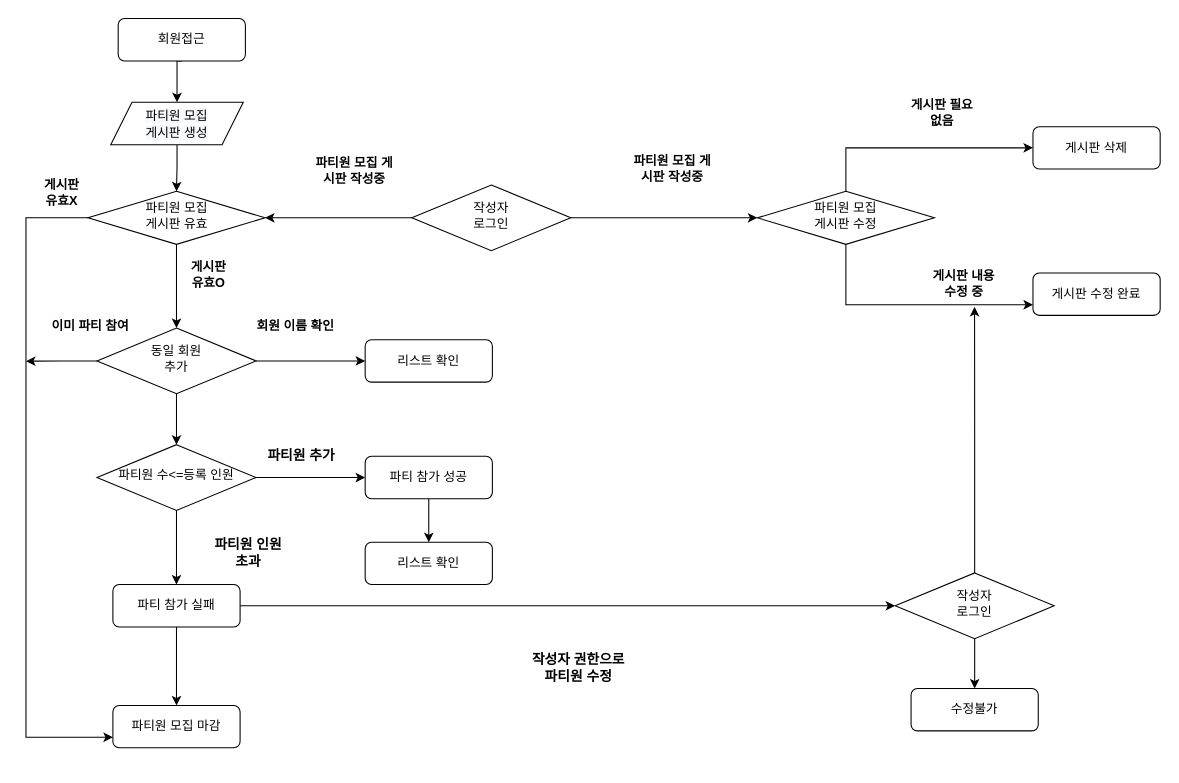
Before: Untitled Diagram.drawio in userminsu/git, a draw.io diagram. Source tidied: cells renumbered, new cells numbered last; positions are measured from the earlier drawing's top-left corner, leaving out a move shared by most shapes. Both pictures are drawn from the tidied source at 106%, with x=0, y=0 at pixel (25, 18).
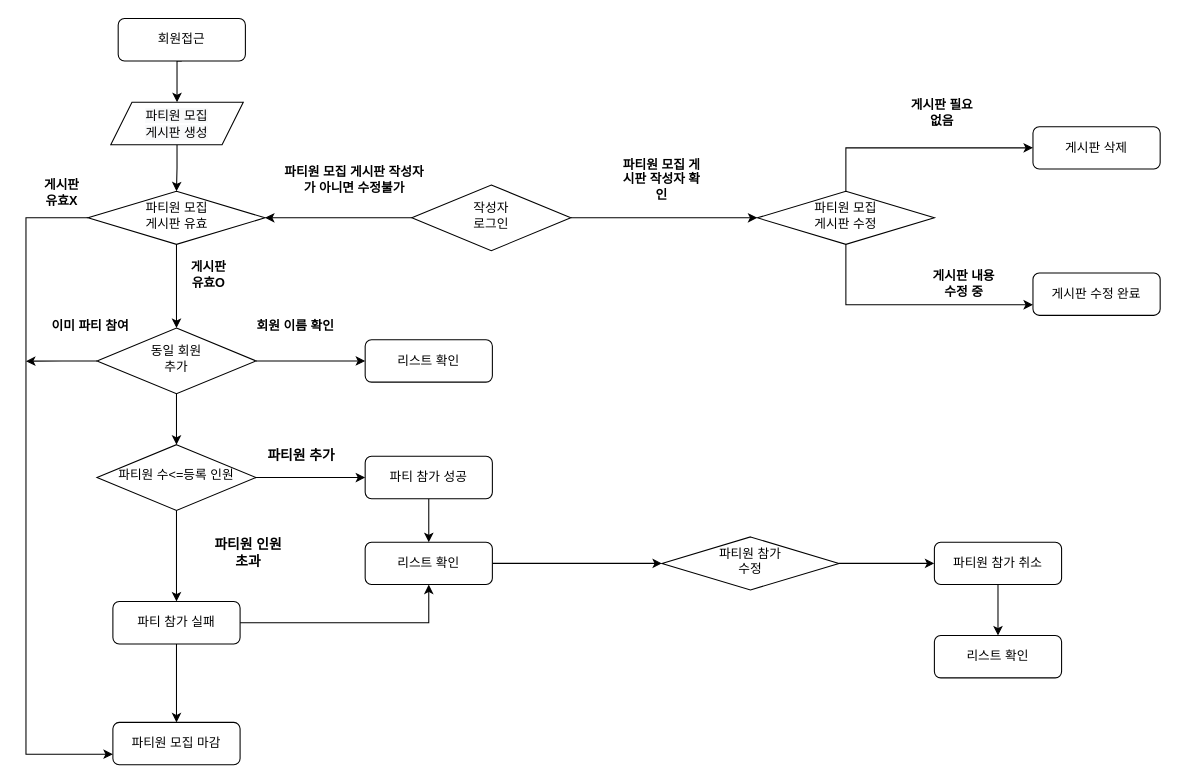
After the change.

Unchanged cells that the change refers to:
```xml
<mxCell id="17" value="파티원 모집&lt;br&gt;게시판 유효" style="rhombus;whiteSpace=wrap;html=1;shadow=0;fontFamily=Helvetica;fontSize=12;align=center;strokeWidth=1;spacing=6;spacingTop=-4;" parent="1" vertex="1">
  <mxGeometry x="58.5" y="163" width="167" height="50" as="geometry" />
</mxCell>
<mxCell id="35" value="리스트 확인" style="rounded=1;whiteSpace=wrap;html=1;fontSize=12;glass=0;strokeWidth=1;shadow=0;" parent="1" vertex="1">
  <mxGeometry x="320" y="494" width="120" height="40" as="geometry" />
</mxCell>
```

Diff of the diagram source:
```diff
@@
-    <mxCell id="12" style="edgeStyle=orthogonalEdgeStyle;rounded=0;jettySize=auto;html=1;exitX=1;exitY=0.5;exitDx=0;exitDy=0;entryX=0;entryY=0.5;entryDx=0;entryDy=0;fontSize=13;" parent="1" edge="1" source="13" target="40">
-      <mxGeometry relative="1" as="geometry" />
-    </mxCell>
+    <mxCell id="47" style="edgeStyle=orthogonalEdgeStyle;rounded=0;jettySize=auto;html=1;exitX=1;exitY=0.5;exitDx=0;exitDy=0;entryX=0.5;entryY=1;entryDx=0;entryDy=0;" parent="1" edge="1" source="13" target="35">
+      <mxGeometry relative="1" as="geometry" />
+    </mxCell>
     <mxCell id="13" value="파티 참가 실패" style="rounded=1;whiteSpace=wrap;html=1;fontSize=12;glass=0;strokeWidth=1;shadow=0;" parent="1" vertex="1">
-      <mxGeometry x="82" y="534" width="120" height="40" as="geometry" />
+      <mxGeometry x="82" y="550" width="120" height="40" as="geometry" />
     </mxCell>
     <mxCell id="14" value="파티원 모집 마감" style="rounded=1;whiteSpace=wrap;html=1;fontSize=12;glass=0;strokeWidth=1;shadow=0;" parent="1" vertex="1">
-      <mxGeometry x="82" y="648" width="120" height="40" as="geometry" />
+      <mxGeometry x="82" y="664" width="120" height="40" as="geometry" />
     </mxCell>
     <mxCell id="15" style="edgeStyle=orthogonalEdgeStyle;rounded=0;jettySize=auto;html=1;exitX=0;exitY=0.5;exitDx=0;exitDy=0;entryX=0;entryY=0.75;entryDx=0;entryDy=0;fontSize=14;" parent="1" edge="1" source="17" target="14">
       <mxGeometry relative="1" as="geometry">
         <Array as="points">
           <mxPoint y="188" />
-          <mxPoint y="678" />
+          <mxPoint y="694" />
         </Array>
       </mxGeometry>
     </mxCell>
@@
-    <mxCell id="27" value="파티원 모집 게시판 작성중" style="text;html=1;strokeColor=none;fillColor=none;align=center;verticalAlign=middle;whiteSpace=wrap;rounded=0;fontSize=12;fontStyle=1;" parent="1" vertex="1">
-      <mxGeometry x="270" y="134" width="80" height="20" as="geometry" />
+    <mxCell id="27" value="파티원 모집 게시판 작성자가 아니면 수정불가" style="text;html=1;strokeColor=none;fillColor=none;align=center;verticalAlign=middle;whiteSpace=wrap;rounded=0;fontSize=12;fontStyle=1;" parent="1" vertex="1">
+      <mxGeometry x="240" y="142" width="140" height="20" as="geometry" />
     </mxCell>
@@
+    <mxCell id="48" style="edgeStyle=orthogonalEdgeStyle;rounded=0;jettySize=auto;html=1;exitX=1;exitY=0.5;exitDx=0;exitDy=0;entryX=0;entryY=0.5;entryDx=0;entryDy=0;" parent="1" edge="1" source="35" target="50">
+      <mxGeometry relative="1" as="geometry" />
+    </mxCell>
@@
-    <mxCell id="38" style="edgeStyle=orthogonalEdgeStyle;rounded=0;jettySize=auto;html=1;exitX=0.5;exitY=1;exitDx=0;exitDy=0;fontSize=13;" parent="1" edge="1" source="40" target="41">
-      <mxGeometry relative="1" as="geometry" />
-    </mxCell>
-    <mxCell id="39" style="edgeStyle=orthogonalEdgeStyle;rounded=0;jettySize=auto;html=1;exitX=0.5;exitY=0;exitDx=0;exitDy=0;fontSize=13;" parent="1" edge="1" source="40">
-      <mxGeometry relative="1" as="geometry">
-        <mxPoint x="894.9" y="272" as="targetPoint" />
-      </mxGeometry>
-    </mxCell>
-    <mxCell id="40" value="작성자&lt;br&gt;로그인" style="rhombus;whiteSpace=wrap;html=1;shadow=0;fontFamily=Helvetica;fontSize=12;align=center;strokeWidth=1;spacing=6;spacingTop=-4;" parent="1" vertex="1">
-      <mxGeometry x="820" y="523" width="150" height="62" as="geometry" />
-    </mxCell>
-    <mxCell id="41" value="수정불가" style="rounded=1;whiteSpace=wrap;html=1;fontSize=12;glass=0;strokeWidth=1;shadow=0;" parent="1" vertex="1">
-      <mxGeometry x="835" y="632" width="120" height="40" as="geometry" />
-    </mxCell>
-    <mxCell id="42" value="작성자 권한으로 파티원 수정" style="text;html=1;strokeColor=none;fillColor=none;align=center;verticalAlign=middle;whiteSpace=wrap;rounded=0;fontSize=13;fontStyle=1;" parent="1" vertex="1">
-      <mxGeometry x="471.5" y="602" width="98.5" height="20" as="geometry" />
-    </mxCell>
@@
-    <mxCell id="46" value="파티원 모집 게시판 작성중" style="text;html=1;strokeColor=none;fillColor=none;align=center;verticalAlign=middle;whiteSpace=wrap;rounded=0;fontSize=12;fontStyle=1;" parent="1" vertex="1">
-      <mxGeometry x="570" y="132" width="80" height="20" as="geometry" />
+    <mxCell id="46" value="파티원 모집 게시판 작성자 확인" style="text;html=1;strokeColor=none;fillColor=none;align=center;verticalAlign=middle;whiteSpace=wrap;rounded=0;fontSize=12;fontStyle=1;" parent="1" vertex="1">
+      <mxGeometry x="560" y="142" width="80" height="20" as="geometry" />
     </mxCell>
+    <mxCell id="49" style="edgeStyle=orthogonalEdgeStyle;rounded=0;jettySize=auto;html=1;exitX=1;exitY=0.5;exitDx=0;exitDy=0;entryX=0;entryY=0.5;entryDx=0;entryDy=0;" parent="1" edge="1" source="50" target="53">
+      <mxGeometry relative="1" as="geometry" />
+    </mxCell>
+    <mxCell id="50" value="파티원 참가&lt;br&gt;수정" style="rhombus;whiteSpace=wrap;html=1;shadow=0;fontFamily=Helvetica;fontSize=12;align=center;strokeWidth=1;spacing=6;spacingTop=-4;" parent="1" vertex="1">
+      <mxGeometry x="600" y="489" width="167" height="50" as="geometry" />
+    </mxCell>
+    <mxCell id="51" value="리스트 확인" style="rounded=1;whiteSpace=wrap;html=1;fontSize=12;glass=0;strokeWidth=1;shadow=0;" parent="1" vertex="1">
+      <mxGeometry x="857" y="582" width="120" height="40" as="geometry" />
+    </mxCell>
+    <mxCell id="52" style="edgeStyle=orthogonalEdgeStyle;rounded=0;jettySize=auto;html=1;exitX=0.5;exitY=1;exitDx=0;exitDy=0;" parent="1" edge="1" source="53" target="51">
+      <mxGeometry relative="1" as="geometry" />
+    </mxCell>
+    <mxCell id="53" value="파티원 참가 취소" style="rounded=1;whiteSpace=wrap;html=1;fontSize=12;glass=0;strokeWidth=1;shadow=0;" parent="1" vertex="1">
+      <mxGeometry x="857" y="494" width="120" height="40" as="geometry" />
+    </mxCell>
```
